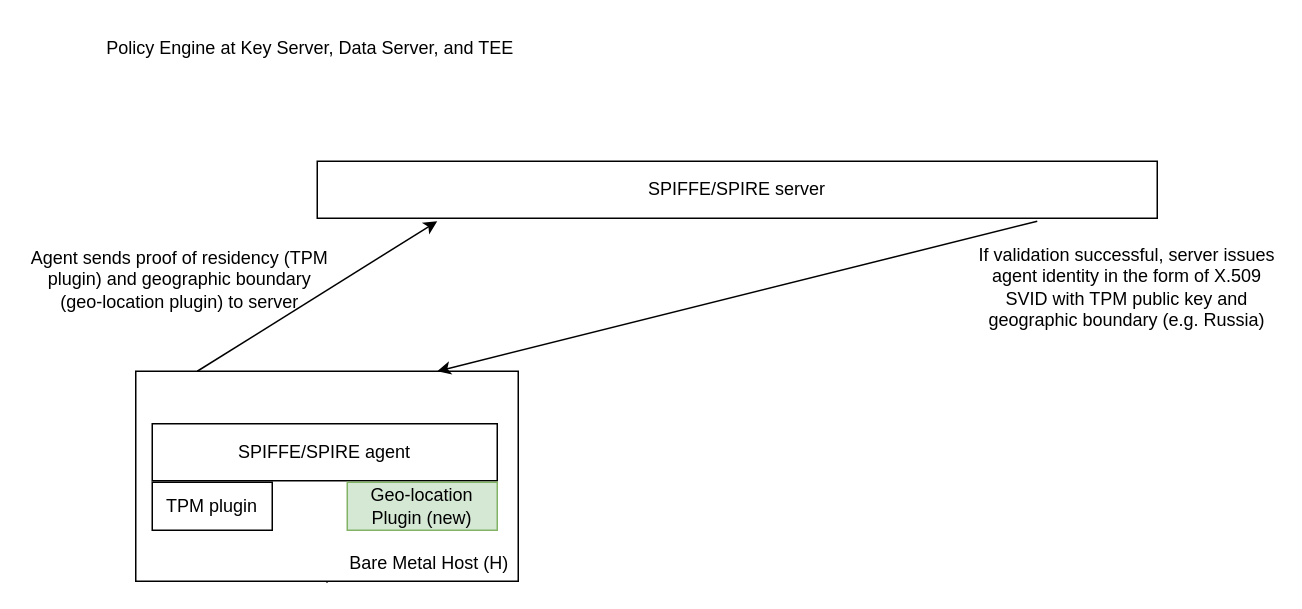
nedmsmith/draft-klspa-wimse-verifiable-geo-fence keeps this draw.io diagram as spiffe-spire.drawio. Above is the earlier version. Source tidied: cells renumbered, new cells numbered last; positions are measured from the earlier drawing's top-left corner, leaving out a move shared by most shapes. Both pictures are drawn from the tidied source at 150%, with x=0, y=0 at pixel (26, 26).
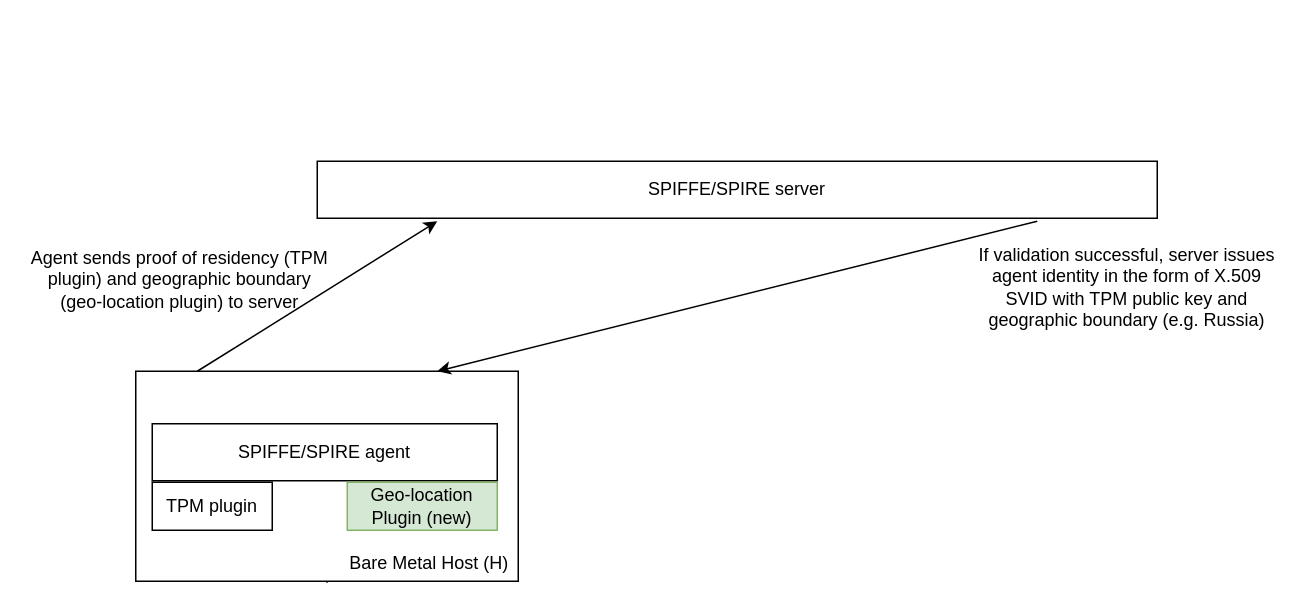
After the change.

Change to the diagram source:
```diff
@@
 <mxGraphModel>
   <root>
     <mxCell id="0" />
     <mxCell id="1" parent="0" />
     <mxCell id="2" value="&lt;div&gt;&lt;br&gt;&lt;/div&gt;&lt;div&gt;&lt;br&gt;&lt;/div&gt;&lt;div&gt;&lt;br&gt;&lt;/div&gt;&lt;div&gt;&lt;br&gt;&lt;/div&gt;&lt;div&gt;&lt;br&gt;&lt;/div&gt;&lt;div&gt;&lt;br&gt;&lt;/div&gt;&lt;div&gt;&lt;br&gt;&lt;/div&gt;&lt;div&gt;&lt;br&gt;&lt;/div&gt;&lt;div&gt;&lt;span style=&quot;white-space: pre;&quot;&gt;&#9;&lt;/span&gt;&lt;span style=&quot;white-space: pre;&quot;&gt;&#9;&lt;/span&gt;&lt;span style=&quot;white-space: pre;&quot;&gt;&#9;&lt;/span&gt;&lt;span style=&quot;white-space: pre;&quot;&gt;&#9;&lt;/span&gt;&amp;nbsp; &amp;nbsp; &amp;nbsp; &amp;nbsp; &amp;nbsp;Bare Metal Host (H)&lt;br&gt;&lt;/div&gt;" style="shape=umlLifeline;perimeter=lifelinePerimeter;whiteSpace=wrap;html=1;newEdgeStyle={&quot;edgeStyle&quot;:&quot;elbowEdgeStyle&quot;,&quot;elbow&quot;:&quot;vertical&quot;,&quot;curved&quot;:0,&quot;rounded&quot;:0};size=140;" parent="1" vertex="1">
       <mxGeometry x="73" y="230" width="255" height="141" as="geometry" />
     </mxCell>
     <mxCell id="3" value="SPIFFE/SPIRE agent" style="shape=umlLifeline;perimeter=lifelinePerimeter;whiteSpace=wrap;html=1;newEdgeStyle={&quot;edgeStyle&quot;:&quot;elbowEdgeStyle&quot;,&quot;elbow&quot;:&quot;vertical&quot;,&quot;curved&quot;:0,&quot;rounded&quot;:0};" parent="1" vertex="1">
       <mxGeometry x="84" y="265" width="230" height="38" as="geometry" />
     </mxCell>
     <mxCell id="4" value="SPIFFE/SPIRE server" style="shape=umlLifeline;perimeter=lifelinePerimeter;whiteSpace=wrap;html=1;newEdgeStyle={&quot;edgeStyle&quot;:&quot;elbowEdgeStyle&quot;,&quot;elbow&quot;:&quot;vertical&quot;,&quot;curved&quot;:0,&quot;rounded&quot;:0};" parent="1" vertex="1">
       <mxGeometry x="194" y="90" width="560" height="38" as="geometry" />
     </mxCell>
-    <mxCell id="5" value="Policy Engine at Key Server, Data Server, and TEE" style="text;html=1;align=center;verticalAlign=middle;strokeColor=none;fillColor=none;" parent="1" vertex="1">
-      <mxGeometry x="44" width="290" height="30" as="geometry" />
-    </mxCell>
     <mxCell id="6" value="Geo-location Plugin (new)" style="shape=umlLifeline;perimeter=lifelinePerimeter;whiteSpace=wrap;html=1;newEdgeStyle={&quot;edgeStyle&quot;:&quot;elbowEdgeStyle&quot;,&quot;elbow&quot;:&quot;vertical&quot;,&quot;curved&quot;:0,&quot;rounded&quot;:0};fillColor=#d5e8d4;strokeColor=#82b366;" parent="1" vertex="1">
       <mxGeometry x="214" y="304" width="100" height="32" as="geometry" />
     </mxCell>
     <mxCell id="7" value="TPM plugin" style="shape=umlLifeline;perimeter=lifelinePerimeter;whiteSpace=wrap;html=1;newEdgeStyle={&quot;edgeStyle&quot;:&quot;elbowEdgeStyle&quot;,&quot;elbow&quot;:&quot;vertical&quot;,&quot;curved&quot;:0,&quot;rounded&quot;:0};" parent="1" vertex="1">
       <mxGeometry x="84" y="304" width="80" height="32" as="geometry" />
     </mxCell>
     <mxCell id="8" style="endArrow=classic;html=1;rounded=0;" parent="1" edge="1">
       <mxGeometry relative="1" as="geometry">
         <mxPoint x="114" y="230" as="sourcePoint" />
         <mxPoint x="274" y="130" as="targetPoint" />
       </mxGeometry>
     </mxCell>
     <mxCell id="9" value="Agent sends proof of residency (TPM plugin) and geographic boundary (geo-location plugin) to server" style="text;html=1;align=center;verticalAlign=middle;whiteSpace=wrap;rounded=0;" parent="1" vertex="1">
       <mxGeometry y="139" width="205" height="60" as="geometry" />
     </mxCell>
     <mxCell id="10" style="endArrow=classic;html=1;rounded=0;" parent="1" edge="1">
       <mxGeometry relative="1" as="geometry">
         <mxPoint x="674" y="130" as="sourcePoint" />
         <mxPoint x="274" y="230" as="targetPoint" />
       </mxGeometry>
     </mxCell>
     <mxCell id="11" value="If validation successful, server issues agent identity in the form of X.509 SVID with TPM public key and geographic boundary (e.g. Russia)" style="text;html=1;align=center;verticalAlign=middle;whiteSpace=wrap;rounded=0;" parent="1" vertex="1">
       <mxGeometry x="634" y="139" width="200" height="70" as="geometry" />
     </mxCell>
   </root>
 </mxGraphModel>
```
